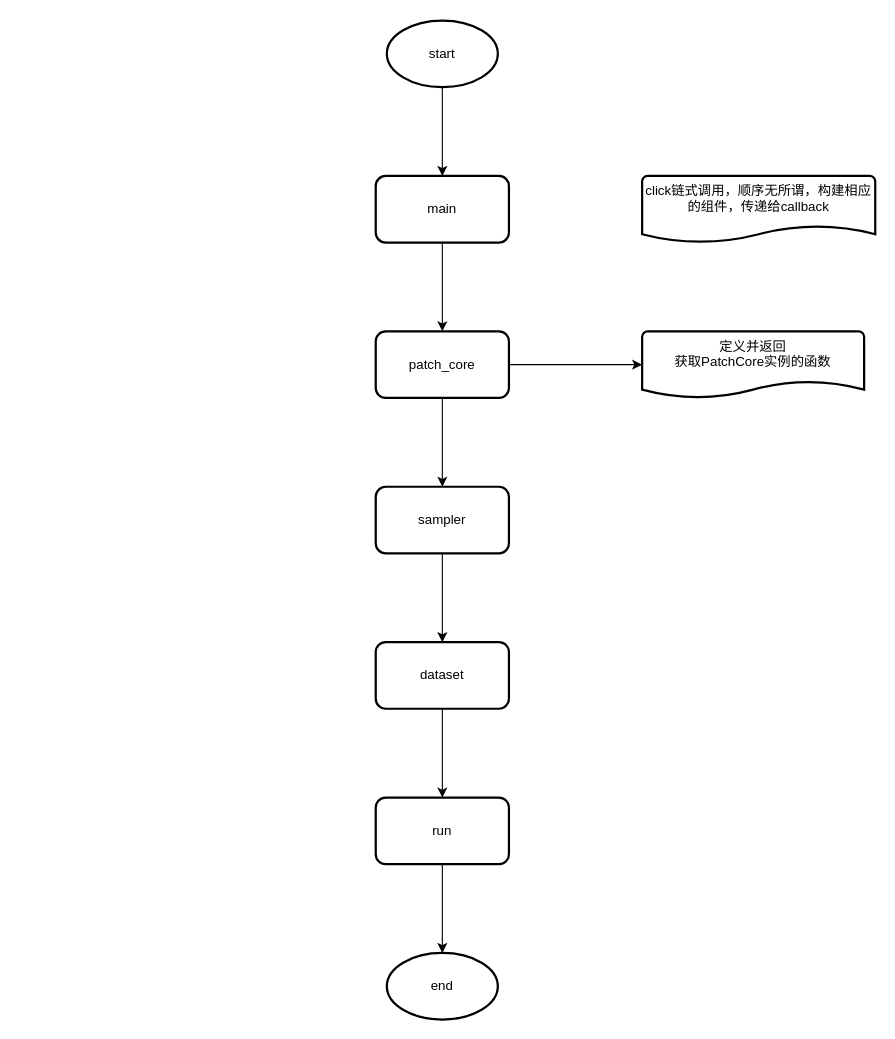
Above: page "run_patchcore" (1 of 6) of Flows/AnomalyDetection/PatchCore.drawio in QWERDF007/Notebooks (draw.io), before the change. Source tidied: cells renumbered, new cells numbered last; positions are measured from the earlier drawing's top-left corner, leaving out a move shared by most shapes. Both pictures are drawn from the tidied source at 111%, with x=0, y=0 at pixel (375, 20).
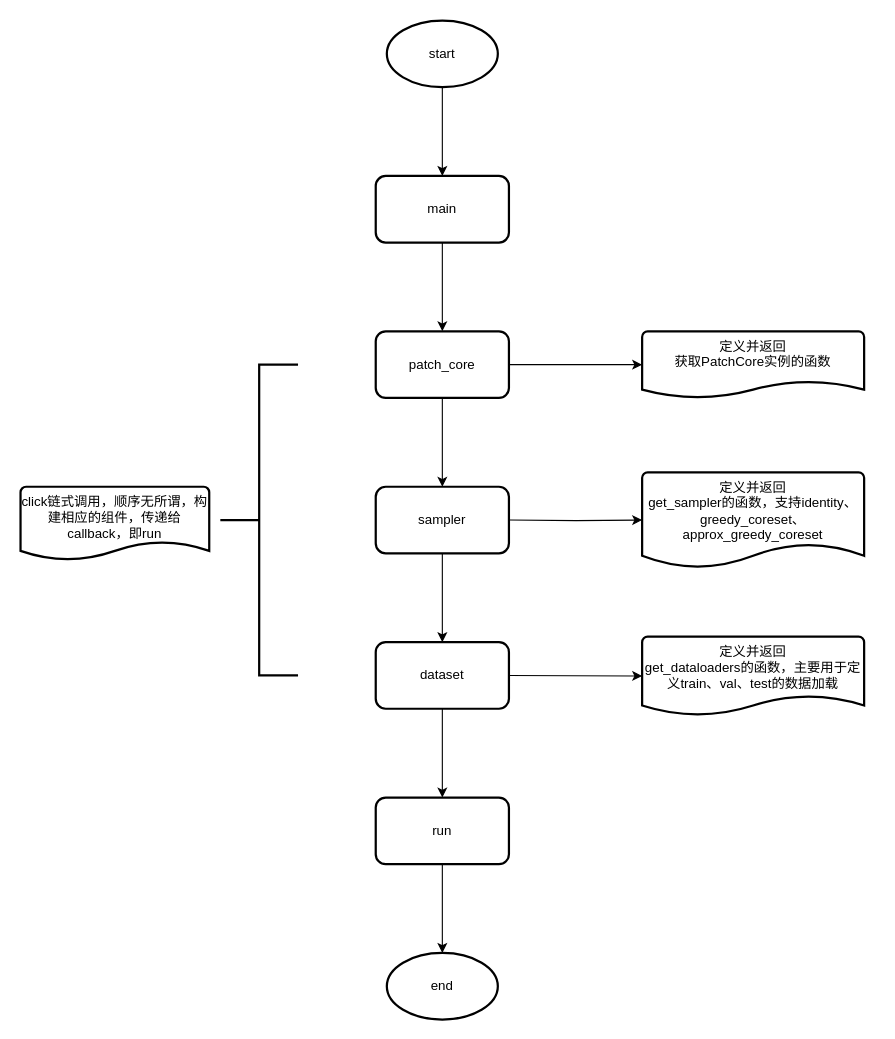
The same diagram, later.

Diff of the diagram source:
```diff
@@
-    <mxCell id="16" value="click链式调用，顺序无所谓，构建相应的组件，传递给callback" style="strokeWidth=2;html=1;shape=mxgraph.flowchart.document2;whiteSpace=wrap;size=0.25;verticalAlign=top;" parent="1" vertex="1">
-      <mxGeometry x="240" y="140" width="210" height="60" as="geometry" />
+    <mxCell id="16" value="click链式调用，顺序无所谓，构建相应的组件，传递给callback，即run" style="strokeWidth=2;html=1;shape=mxgraph.flowchart.document2;whiteSpace=wrap;size=0.25;verticalAlign=top;" parent="1" vertex="1">
+      <mxGeometry x="-320" y="420" width="170" height="66" as="geometry" />
     </mxCell>
@@
+    <mxCell id="18" style="edgeStyle=orthogonalEdgeStyle;rounded=0;jettySize=auto;html=1;entryX=0;entryY=0.5;entryDx=0;entryDy=0;entryPerimeter=0;" parent="1" edge="1" target="19">
+      <mxGeometry relative="1" as="geometry">
+        <mxPoint x="120" y="450" as="sourcePoint" />
+      </mxGeometry>
+    </mxCell>
+    <mxCell id="19" value="定义并返回&lt;br&gt;get_sampler的函数，支持identity、greedy_coreset、approx_greedy_coreset" style="strokeWidth=2;html=1;shape=mxgraph.flowchart.document2;whiteSpace=wrap;size=0.25;verticalAlign=top;" parent="1" vertex="1">
+      <mxGeometry x="240" y="407" width="200" height="86" as="geometry" />
+    </mxCell>
+    <mxCell id="20" style="edgeStyle=orthogonalEdgeStyle;rounded=0;jettySize=auto;html=1;entryX=0;entryY=0.5;entryDx=0;entryDy=0;entryPerimeter=0;" parent="1" edge="1" target="21">
+      <mxGeometry relative="1" as="geometry">
+        <mxPoint x="120" y="590" as="sourcePoint" />
+      </mxGeometry>
+    </mxCell>
+    <mxCell id="21" value="定义并返回&lt;br&gt;get_dataloaders的函数，主要用于定义train、val、test的数据加载" style="strokeWidth=2;html=1;shape=mxgraph.flowchart.document2;whiteSpace=wrap;size=0.25;verticalAlign=top;" parent="1" vertex="1">
+      <mxGeometry x="240" y="555" width="200" height="71" as="geometry" />
+    </mxCell>
+    <mxCell id="22" style="strokeWidth=2;html=1;shape=mxgraph.flowchart.annotation_2;align=left;labelPosition=right;" parent="1" vertex="1">
+      <mxGeometry x="-140" y="310" width="70" height="280" as="geometry" />
+    </mxCell>
```
